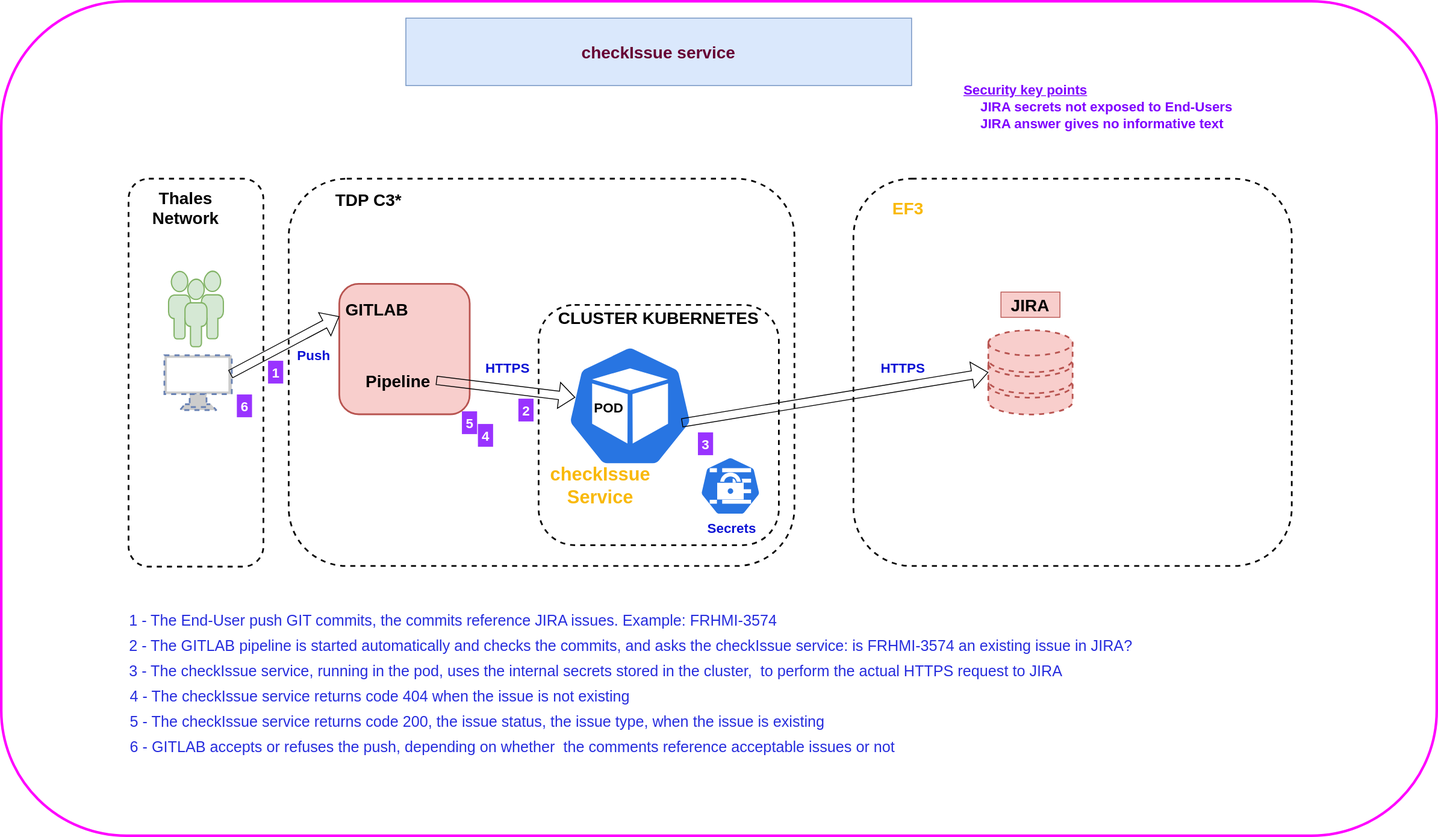
Before: Service with PAT.svg, a diagram exported from draw.io (alaindelanay/drawings). Source tidied: cells renumbered, new cells last; positions are measured from the earlier drawing's top-left corner, leaving out a move shared by most shapes. Source of this version:
```xml
<mxGraphModel background="#FFFFFF">
  <root>
    <mxCell id="0" />
    <mxCell id="1" parent="0" />
    <mxCell id="2" style="whiteSpace=wrap;html=1;dashed=1;strokeWidth=2;fontSize=16;fontColor=#0b12d5;fillColor=none;rounded=1;" parent="1" vertex="1">
      <mxGeometry x="637.5" y="360.2" width="285" height="285" as="geometry" />
    </mxCell>
    <mxCell id="3" style="rounded=1;whiteSpace=wrap;html=1;dashed=1;strokeWidth=2;fontSize=16;fontColor=#0b12d5;fillColor=none;" parent="1" vertex="1">
      <mxGeometry x="151" y="210.5" width="160" height="460.2" as="geometry" />
    </mxCell>
    <mxCell id="4" style="rounded=1;whiteSpace=wrap;html=1;fillColor=none;strokeColor=#FF00FF;strokeWidth=3;perimeterSpacing=3;" parent="1" vertex="1">
      <mxGeometry width="1703" height="990" as="geometry" />
    </mxCell>
    <mxCell id="5" value="checkIssue service" style="rounded=0;whiteSpace=wrap;html=1;fillColor=#dae8fc;strokeColor=#6c8ebf;fontSize=20;fontStyle=1;fontColor=#660033;" parent="1" vertex="1">
      <mxGeometry x="480" y="20" width="600" height="80" as="geometry" />
    </mxCell>
    <mxCell id="6" style="verticalAlign=top;verticalLabelPosition=bottom;labelPosition=center;align=center;html=1;fillColor=#d5e8d4;strokeColor=#82b366;gradientDirection=north;strokeWidth=2;shape=mxgraph.networks.users;" parent="1" vertex="1">
      <mxGeometry x="198.5" y="320.2" width="65" height="89.5" as="geometry" />
    </mxCell>
    <mxCell id="7" style="rounded=1;whiteSpace=wrap;html=1;dashed=1;strokeWidth=2;fillColor=none;" parent="1" vertex="1">
      <mxGeometry x="341" y="210.5" width="600" height="459.5" as="geometry" />
    </mxCell>
    <mxCell id="8" style="rounded=1;whiteSpace=wrap;html=1;dashed=1;strokeWidth=2;fillColor=none;" parent="1" vertex="1">
      <mxGeometry x="1011" y="210.5" width="520" height="459.5" as="geometry" />
    </mxCell>
    <mxCell id="9" style="fontColor=#0066CC;verticalAlign=top;verticalLabelPosition=bottom;labelPosition=center;align=center;html=1;outlineConnect=0;fillColor=#CCCCCC;strokeColor=#6881B3;gradientColor=none;gradientDirection=north;strokeWidth=2;shape=mxgraph.networks.monitor;dashed=1;" parent="1" vertex="1">
      <mxGeometry x="193.5" y="420" width="80" height="65" as="geometry" />
    </mxCell>
    <mxCell id="10" style="verticalAlign=top;verticalLabelPosition=bottom;labelPosition=center;align=center;html=1;outlineConnect=0;fillColor=#f8cecc;strokeColor=#b85450;gradientDirection=north;strokeWidth=2;shape=mxgraph.networks.storage;dashed=1;" parent="1" vertex="1">
      <mxGeometry x="1171" y="390.2" width="100" height="100" as="geometry" />
    </mxCell>
    <mxCell id="11" value="JIRA" style="text;strokeColor=#b85450;align=center;fillColor=#f8cecc;html=1;verticalAlign=middle;whiteSpace=wrap;rounded=0;fontStyle=1;fontSize=20;" parent="1" vertex="1">
      <mxGeometry x="1186" y="345" width="70" height="30" as="geometry" />
    </mxCell>
    <mxCell id="12" value="TDP C3*" style="text;strokeColor=none;align=center;fillColor=none;html=1;verticalAlign=middle;whiteSpace=wrap;rounded=0;fontSize=20;fontStyle=1;" parent="1" vertex="1">
      <mxGeometry x="391" y="220" width="90" height="30" as="geometry" />
    </mxCell>
    <mxCell id="13" value="EF3" style="text;strokeColor=none;align=center;fillColor=none;html=1;verticalAlign=middle;whiteSpace=wrap;rounded=0;fontSize=20;fontStyle=1;fontColor=#f9b90b;" parent="1" vertex="1">
      <mxGeometry x="1031" y="230" width="90" height="30" as="geometry" />
    </mxCell>
    <mxCell id="14" style="sketch=0;html=1;dashed=0;whitespace=wrap;fillColor=#2875E2;strokeColor=#ffffff;verticalLabelPosition=bottom;align=center;verticalAlign=top;shape=mxgraph.kubernetes.icon;prIcon=pod;strokeWidth=2;fontSize=20;" parent="1" vertex="1">
      <mxGeometry x="671" y="380" width="150" height="200" as="geometry" />
    </mxCell>
    <mxCell id="15" value="&lt;b&gt;&lt;font style=&quot;font-size: 16px;&quot;&gt;POD&lt;/font&gt;&lt;/b&gt;" style="text;strokeColor=none;align=center;fillColor=none;html=1;verticalAlign=middle;whiteSpace=wrap;rounded=0;fontSize=20;" parent="1" vertex="1">
      <mxGeometry x="701" y="465" width="40" height="30" as="geometry" />
    </mxCell>
    <mxCell id="16" style="sketch=0;html=1;dashed=0;whitespace=wrap;fillColor=#2875E2;strokeColor=#ffffff;verticalLabelPosition=bottom;align=center;verticalAlign=top;shape=mxgraph.kubernetes.icon;prIcon=secret;strokeWidth=2;fontSize=20;" parent="1" vertex="1">
      <mxGeometry x="807.5" y="540" width="115" height="70" as="geometry" />
    </mxCell>
    <mxCell id="17" value="CLUSTER KUBERNETES" style="text;strokeColor=none;align=center;fillColor=none;html=1;verticalAlign=middle;whiteSpace=wrap;rounded=0;fontSize=20;fontStyle=1;" parent="1" vertex="1">
      <mxGeometry x="650" y="360.2" width="260" height="30" as="geometry" />
    </mxCell>
    <mxCell id="18" style="whiteSpace=wrap;html=1;rounded=1;strokeWidth=2;fontSize=16;fillColor=#f8cecc;strokeColor=#b85450;" parent="1" vertex="1">
      <mxGeometry x="401" y="335.2" width="154.8" height="154.8" as="geometry" />
    </mxCell>
    <mxCell id="19" value="GITLAB" style="text;strokeColor=none;align=center;fillColor=none;html=1;verticalAlign=middle;whiteSpace=wrap;rounded=0;fontSize=20;fontStyle=1;" parent="1" vertex="1">
      <mxGeometry x="401" y="350" width="90" height="30" as="geometry" />
    </mxCell>
    <mxCell id="20" style="endArrow=classic;html=1;rounded=0;fontSize=16;fontColor=#0b12d5;exitX=0.978;exitY=0.346;exitDx=0;exitDy=0;exitPerimeter=0;entryX=0;entryY=0.25;entryDx=0;entryDy=0;shape=flexArrow;" parent="1" edge="1" source="9" target="18">
      <mxGeometry relative="1" as="geometry" />
    </mxCell>
    <mxCell id="21" value="Pipeline" style="text;strokeColor=none;align=center;fillColor=none;html=1;verticalAlign=middle;whiteSpace=wrap;rounded=0;fontSize=20;fontStyle=1;" parent="1" vertex="1">
      <mxGeometry x="426" y="434.8" width="90" height="30" as="geometry" />
    </mxCell>
    <mxCell id="22" style="endArrow=classic;html=1;rounded=0;fontSize=16;fontColor=#0b12d5;shape=flexArrow;exitX=1;exitY=0.5;exitDx=0;exitDy=0;" parent="1" edge="1" source="21">
      <mxGeometry relative="1" as="geometry">
        <mxPoint x="681" y="470" as="targetPoint" />
      </mxGeometry>
    </mxCell>
    <mxCell id="23" style="endArrow=classic;html=1;rounded=0;fontSize=16;fontColor=#0b12d5;shape=flexArrow;entryX=0;entryY=0.5;entryDx=0;entryDy=0;entryPerimeter=0;exitX=0.596;exitY=0.491;exitDx=0;exitDy=0;exitPerimeter=0;" parent="1" edge="1" source="2" target="10">
      <mxGeometry relative="1" as="geometry" />
    </mxCell>
    <mxCell id="24" value="&lt;b&gt;Push&lt;/b&gt;" style="text;strokeColor=none;align=center;fillColor=none;html=1;verticalAlign=middle;whiteSpace=wrap;rounded=0;fontSize=16;fontColor=#0b12d5;" parent="1" vertex="1">
      <mxGeometry x="341" y="404.8" width="60" height="30" as="geometry" />
    </mxCell>
    <mxCell id="25" value="&lt;b style=&quot;border-color: var(--border-color);&quot;&gt;HTTPS&lt;/b&gt;" style="text;strokeColor=none;align=center;fillColor=none;html=1;verticalAlign=middle;whiteSpace=wrap;rounded=0;fontSize=16;fontColor=#0b12d5;" parent="1" vertex="1">
      <mxGeometry x="571" y="420" width="60" height="30" as="geometry" />
    </mxCell>
    <mxCell id="26" value="&lt;b&gt;HTTPS&lt;/b&gt;" style="text;strokeColor=none;align=center;fillColor=none;html=1;verticalAlign=middle;whiteSpace=wrap;rounded=0;fontSize=16;fontColor=#0b12d5;" parent="1" vertex="1">
      <mxGeometry x="1040" y="420" width="60" height="30" as="geometry" />
    </mxCell>
    <mxCell id="27" value="Thales Network" style="text;strokeColor=none;align=center;fillColor=none;html=1;verticalAlign=middle;whiteSpace=wrap;rounded=0;fontSize=20;fontStyle=1;" parent="1" vertex="1">
      <mxGeometry x="173.5" y="230" width="90" height="30" as="geometry" />
    </mxCell>
    <mxCell id="28" value="&lt;b style=&quot;border-color: var(--border-color);&quot;&gt;Secrets&lt;/b&gt;" style="text;strokeColor=none;align=center;fillColor=none;html=1;verticalAlign=middle;whiteSpace=wrap;rounded=0;fontSize=16;fontColor=#0b12d5;" parent="1" vertex="1">
      <mxGeometry x="837" y="610" width="60" height="30" as="geometry" />
    </mxCell>
    <mxCell id="29" value="1 - The End-User push GIT commits, the commits reference JIRA issues. Example: FRHMI-3574" style="text;strokeColor=none;align=left;fillColor=none;html=1;verticalAlign=middle;whiteSpace=wrap;rounded=0;fontSize=18;fontColor=#272ddd;" parent="1" vertex="1">
      <mxGeometry x="150" y="720" width="1381" height="30" as="geometry" />
    </mxCell>
    <mxCell id="30" value="2 - The GITLAB pipeline is started automatically and checks the commits, and asks the checkIssue service: is FRHMI-3574 an existing issue in JIRA?" style="text;strokeColor=none;align=left;fillColor=none;html=1;verticalAlign=middle;whiteSpace=wrap;rounded=0;fontSize=18;fontColor=#272ddd;" parent="1" vertex="1">
      <mxGeometry x="150" y="750" width="1381" height="30" as="geometry" />
    </mxCell>
    <mxCell id="31" value="3 - The checkIssue service, running in the pod, uses the internal secrets stored in the cluster,&amp;nbsp; to perform the actual HTTPS request to JIRA" style="text;strokeColor=none;align=left;fillColor=none;html=1;verticalAlign=middle;whiteSpace=wrap;rounded=0;fontSize=18;fontColor=#272ddd;" parent="1" vertex="1">
      <mxGeometry x="150" y="780" width="1381" height="30" as="geometry" />
    </mxCell>
    <mxCell id="32" value="4 - The checkIssue service returns code 404 when the issue is not existing" style="text;strokeColor=none;align=left;fillColor=none;html=1;verticalAlign=middle;whiteSpace=wrap;rounded=0;fontSize=18;fontColor=#272ddd;" parent="1" vertex="1">
      <mxGeometry x="151" y="810" width="1381" height="30" as="geometry" />
    </mxCell>
    <mxCell id="33" value="5 - The checkIssue service returns code 200, the issue status, the issue type, when the issue is existing" style="text;strokeColor=none;align=left;fillColor=none;html=1;verticalAlign=middle;whiteSpace=wrap;rounded=0;fontSize=18;fontColor=#272ddd;" parent="1" vertex="1">
      <mxGeometry x="151" y="840" width="1381" height="30" as="geometry" />
    </mxCell>
    <mxCell id="34" value="6 - GITLAB accepts or refuses the push, depending on whether&amp;nbsp; the comments reference acceptable issues or not&amp;nbsp;" style="text;strokeColor=none;align=left;fillColor=none;html=1;verticalAlign=middle;whiteSpace=wrap;rounded=0;fontSize=18;fontColor=#272ddd;" parent="1" vertex="1">
      <mxGeometry x="151" y="870" width="1381" height="30" as="geometry" />
    </mxCell>
    <mxCell id="35" value="&lt;font style=&quot;font-size: 22px;&quot;&gt;checkIssue Service&lt;/font&gt;" style="text;strokeColor=none;align=center;fillColor=none;html=1;verticalAlign=middle;whiteSpace=wrap;rounded=0;fontSize=18;fontColor=#f9b90b;fontStyle=1;" parent="1" vertex="1">
      <mxGeometry x="681" y="560" width="60" height="30" as="geometry" />
    </mxCell>
    <mxCell id="36" value="&lt;font style=&quot;font-size: 16px;&quot;&gt;&lt;b&gt;&amp;nbsp;2&amp;nbsp;&lt;/b&gt;&lt;/font&gt;" style="text;strokeColor=none;align=center;fillColor=none;html=1;verticalAlign=middle;whiteSpace=wrap;rounded=0;fontSize=22;fontColor=#FFFFFF;labelBackgroundColor=#9933FF;" parent="1" vertex="1">
      <mxGeometry x="607.5" y="470" width="30" height="30" as="geometry" />
    </mxCell>
    <mxCell id="37" value="&lt;font style=&quot;font-size: 16px;&quot;&gt;&lt;b&gt;&amp;nbsp;1&amp;nbsp;&lt;/b&gt;&lt;/font&gt;" style="text;strokeColor=none;align=center;fillColor=none;html=1;verticalAlign=middle;whiteSpace=wrap;rounded=0;fontSize=22;fontColor=#FFFFFF;labelBackgroundColor=#9933FF;" parent="1" vertex="1">
      <mxGeometry x="311" y="425.2" width="30" height="30" as="geometry" />
    </mxCell>
    <mxCell id="38" value="&lt;font style=&quot;font-size: 16px;&quot;&gt;&lt;b&gt;&amp;nbsp;3&amp;nbsp;&lt;/b&gt;&lt;/font&gt;" style="text;strokeColor=none;align=center;fillColor=none;html=1;verticalAlign=middle;whiteSpace=wrap;rounded=0;fontSize=22;fontColor=#FFFFFF;labelBackgroundColor=#9933FF;" parent="1" vertex="1">
      <mxGeometry x="821" y="510" width="30" height="30" as="geometry" />
    </mxCell>
    <mxCell id="39" value="&lt;font style=&quot;font-size: 16px;&quot;&gt;&lt;b&gt;&amp;nbsp;4&amp;nbsp;&lt;/b&gt;&lt;/font&gt;" style="text;strokeColor=none;align=center;fillColor=none;html=1;verticalAlign=middle;whiteSpace=wrap;rounded=0;fontSize=22;fontColor=#FFFFFF;labelBackgroundColor=#9933FF;" parent="1" vertex="1">
      <mxGeometry x="560" y="500" width="30" height="30" as="geometry" />
    </mxCell>
    <mxCell id="40" value="&lt;font style=&quot;font-size: 16px;&quot;&gt;&lt;b&gt;&amp;nbsp;5&amp;nbsp;&lt;/b&gt;&lt;/font&gt;" style="text;strokeColor=none;align=center;fillColor=none;html=1;verticalAlign=middle;whiteSpace=wrap;rounded=0;fontSize=22;fontColor=#FFFFFF;labelBackgroundColor=#9933FF;" parent="1" vertex="1">
      <mxGeometry x="541" y="485" width="30" height="30" as="geometry" />
    </mxCell>
    <mxCell id="41" value="&lt;font style=&quot;font-size: 16px;&quot;&gt;&lt;b&gt;&amp;nbsp;6&amp;nbsp;&lt;/b&gt;&lt;/font&gt;" style="text;strokeColor=none;align=center;fillColor=none;html=1;verticalAlign=middle;whiteSpace=wrap;rounded=0;fontSize=22;fontColor=#FFFFFF;labelBackgroundColor=#9933FF;" parent="1" vertex="1">
      <mxGeometry x="273.5" y="465" width="30" height="30" as="geometry" />
    </mxCell>
    <mxCell id="42" value="&lt;font color=&quot;#7f00ff&quot;&gt;&lt;b&gt;JIRA answer gives no informative text&lt;/b&gt;&lt;/font&gt;" style="text;strokeColor=none;align=left;fillColor=none;html=1;verticalAlign=middle;whiteSpace=wrap;rounded=0;fontSize=16;fontColor=#FFFFFF;" parent="1" vertex="1">
      <mxGeometry x="1160" y="130" width="310" height="30" as="geometry" />
    </mxCell>
    <mxCell id="43" value="&lt;font color=&quot;#7f00ff&quot;&gt;&lt;b&gt;JIRA secrets not exposed to End-Users&lt;/b&gt;&lt;/font&gt;" style="text;strokeColor=none;align=left;fillColor=none;html=1;verticalAlign=middle;whiteSpace=wrap;rounded=0;fontSize=16;fontColor=#FFFFFF;" parent="1" vertex="1">
      <mxGeometry x="1160" y="110" width="310" height="30" as="geometry" />
    </mxCell>
    <mxCell id="44" value="&lt;font color=&quot;#7f00ff&quot;&gt;&lt;b&gt;&lt;u&gt;Security key points&lt;/u&gt;&lt;/b&gt;&lt;/font&gt;" style="text;strokeColor=none;align=left;fillColor=none;html=1;verticalAlign=middle;whiteSpace=wrap;rounded=0;fontSize=16;fontColor=#FFFFFF;" parent="1" vertex="1">
      <mxGeometry x="1140" y="90" width="310" height="30" as="geometry" />
    </mxCell>
  </root>
</mxGraphModel>
```
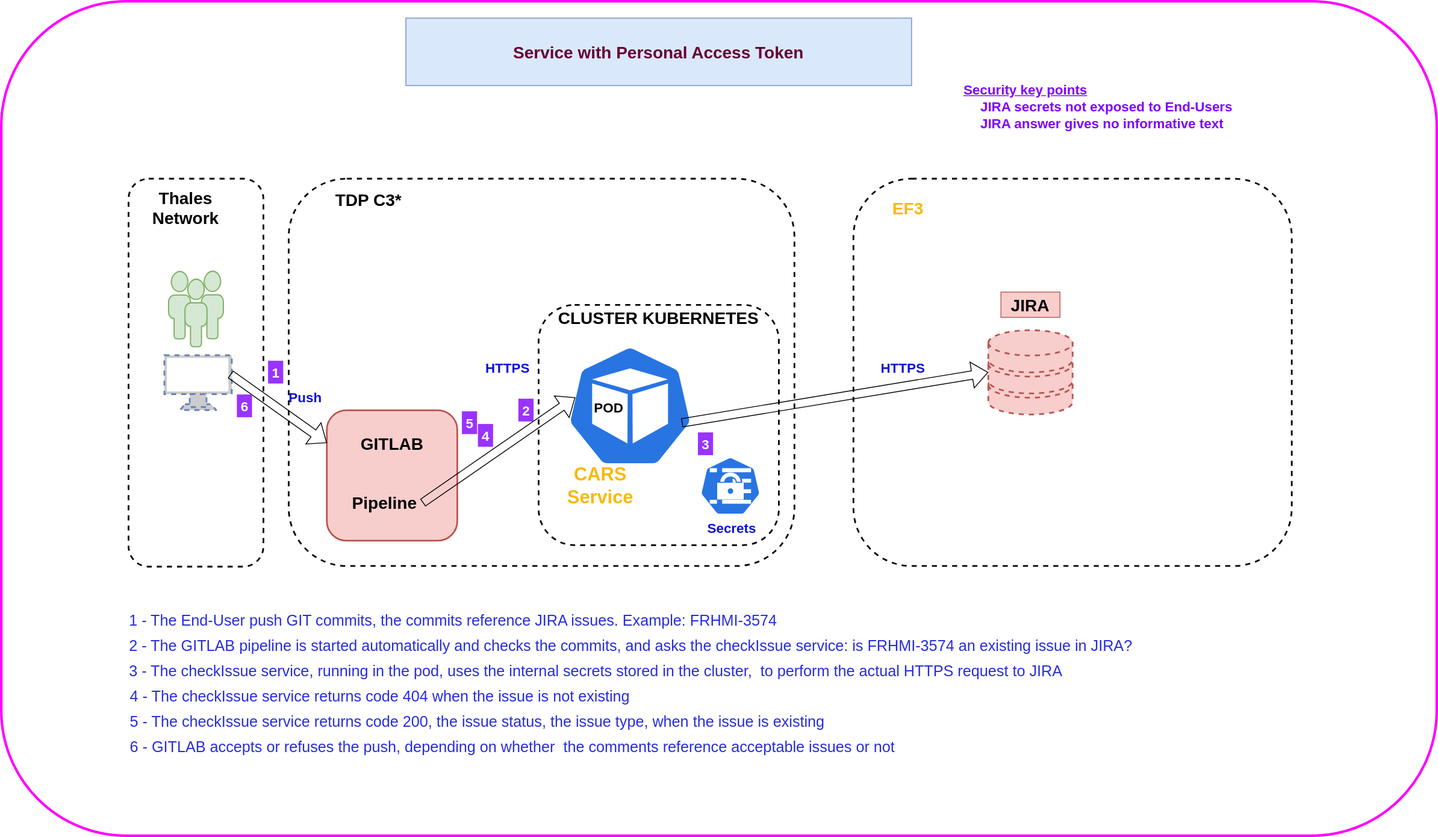
The same file after the commit.

Commit message:
Mettre à jour Service with PAT.svg

Change to the diagram source:
```diff
@@ -11,7 +11,7 @@
     <mxCell id="4" style="rounded=1;whiteSpace=wrap;html=1;fillColor=none;strokeColor=#FF00FF;strokeWidth=3;perimeterSpacing=3;" parent="1" vertex="1">
       <mxGeometry width="1703" height="990" as="geometry" />
     </mxCell>
-    <mxCell id="5" value="checkIssue service" style="rounded=0;whiteSpace=wrap;html=1;fillColor=#dae8fc;strokeColor=#6c8ebf;fontSize=20;fontStyle=1;fontColor=#660033;" parent="1" vertex="1">
+    <mxCell id="5" value="Service with Personal Access Token" style="rounded=0;whiteSpace=wrap;html=1;fillColor=#dae8fc;strokeColor=#6c8ebf;fontSize=20;fontStyle=1;fontColor=#660033;" parent="1" vertex="1">
       <mxGeometry x="480" y="20" width="600" height="80" as="geometry" />
     </mxCell>
     <mxCell id="6" style="verticalAlign=top;verticalLabelPosition=bottom;labelPosition=center;align=center;html=1;fillColor=#d5e8d4;strokeColor=#82b366;gradientDirection=north;strokeWidth=2;shape=mxgraph.networks.users;" parent="1" vertex="1">
@@ -51,16 +51,16 @@
       <mxGeometry x="650" y="360.2" width="260" height="30" as="geometry" />
     </mxCell>
     <mxCell id="18" style="whiteSpace=wrap;html=1;rounded=1;strokeWidth=2;fontSize=16;fillColor=#f8cecc;strokeColor=#b85450;" parent="1" vertex="1">
-      <mxGeometry x="401" y="335.2" width="154.8" height="154.8" as="geometry" />
+      <mxGeometry x="386.2" y="485.2" width="154.8" height="154.8" as="geometry" />
     </mxCell>
     <mxCell id="19" value="GITLAB" style="text;strokeColor=none;align=center;fillColor=none;html=1;verticalAlign=middle;whiteSpace=wrap;rounded=0;fontSize=20;fontStyle=1;" parent="1" vertex="1">
-      <mxGeometry x="401" y="350" width="90" height="30" as="geometry" />
+      <mxGeometry x="418.6" y="510" width="90" height="30" as="geometry" />
     </mxCell>
     <mxCell id="20" style="endArrow=classic;html=1;rounded=0;fontSize=16;fontColor=#0b12d5;exitX=0.978;exitY=0.346;exitDx=0;exitDy=0;exitPerimeter=0;entryX=0;entryY=0.25;entryDx=0;entryDy=0;shape=flexArrow;" parent="1" edge="1" source="9" target="18">
       <mxGeometry relative="1" as="geometry" />
     </mxCell>
     <mxCell id="21" value="Pipeline" style="text;strokeColor=none;align=center;fillColor=none;html=1;verticalAlign=middle;whiteSpace=wrap;rounded=0;fontSize=20;fontStyle=1;" parent="1" vertex="1">
-      <mxGeometry x="426" y="434.8" width="90" height="30" as="geometry" />
+      <mxGeometry x="410" y="580" width="90" height="30" as="geometry" />
     </mxCell>
     <mxCell id="22" style="endArrow=classic;html=1;rounded=0;fontSize=16;fontColor=#0b12d5;shape=flexArrow;exitX=1;exitY=0.5;exitDx=0;exitDy=0;" parent="1" edge="1" source="21">
       <mxGeometry relative="1" as="geometry">
@@ -71,7 +71,7 @@
       <mxGeometry relative="1" as="geometry" />
     </mxCell>
     <mxCell id="24" value="&lt;b&gt;Push&lt;/b&gt;" style="text;strokeColor=none;align=center;fillColor=none;html=1;verticalAlign=middle;whiteSpace=wrap;rounded=0;fontSize=16;fontColor=#0b12d5;" parent="1" vertex="1">
-      <mxGeometry x="341" y="404.8" width="60" height="30" as="geometry" />
+      <mxGeometry x="331" y="455" width="60" height="30" as="geometry" />
     </mxCell>
     <mxCell id="25" value="&lt;b style=&quot;border-color: var(--border-color);&quot;&gt;HTTPS&lt;/b&gt;" style="text;strokeColor=none;align=center;fillColor=none;html=1;verticalAlign=middle;whiteSpace=wrap;rounded=0;fontSize=16;fontColor=#0b12d5;" parent="1" vertex="1">
       <mxGeometry x="571" y="420" width="60" height="30" as="geometry" />
@@ -103,7 +103,7 @@
     <mxCell id="34" value="6 - GITLAB accepts or refuses the push, depending on whether&amp;nbsp; the comments reference acceptable issues or not&amp;nbsp;" style="text;strokeColor=none;align=left;fillColor=none;html=1;verticalAlign=middle;whiteSpace=wrap;rounded=0;fontSize=18;fontColor=#272ddd;" parent="1" vertex="1">
       <mxGeometry x="151" y="870" width="1381" height="30" as="geometry" />
     </mxCell>
-    <mxCell id="35" value="&lt;font style=&quot;font-size: 22px;&quot;&gt;checkIssue Service&lt;/font&gt;" style="text;strokeColor=none;align=center;fillColor=none;html=1;verticalAlign=middle;whiteSpace=wrap;rounded=0;fontSize=18;fontColor=#f9b90b;fontStyle=1;" parent="1" vertex="1">
+    <mxCell id="35" value="&lt;font style=&quot;font-size: 22px;&quot;&gt;CARS Service&lt;/font&gt;" style="text;strokeColor=none;align=center;fillColor=none;html=1;verticalAlign=middle;whiteSpace=wrap;rounded=0;fontSize=18;fontColor=#f9b90b;fontStyle=1;" parent="1" vertex="1">
       <mxGeometry x="681" y="560" width="60" height="30" as="geometry" />
     </mxCell>
     <mxCell id="36" value="&lt;font style=&quot;font-size: 16px;&quot;&gt;&lt;b&gt;&amp;nbsp;2&amp;nbsp;&lt;/b&gt;&lt;/font&gt;" style="text;strokeColor=none;align=center;fillColor=none;html=1;verticalAlign=middle;whiteSpace=wrap;rounded=0;fontSize=22;fontColor=#FFFFFF;labelBackgroundColor=#9933FF;" parent="1" vertex="1">
```
